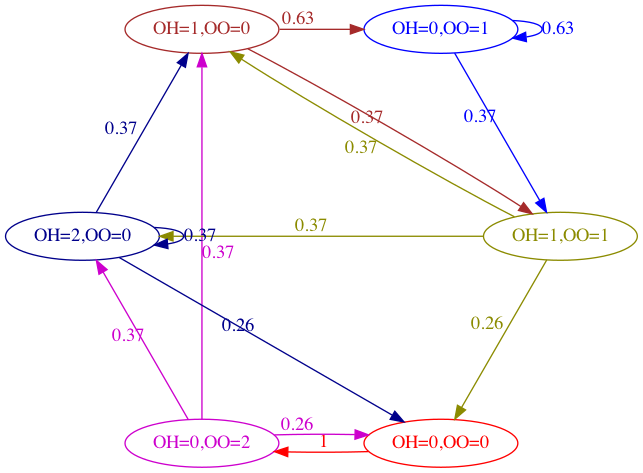
Above: chapter2/simple_inv_mp.png in TikhonJelvis/RL-book (Graphviz), before the change. Its source is kept beside it as chapter2/simple_inv_mp.gv.
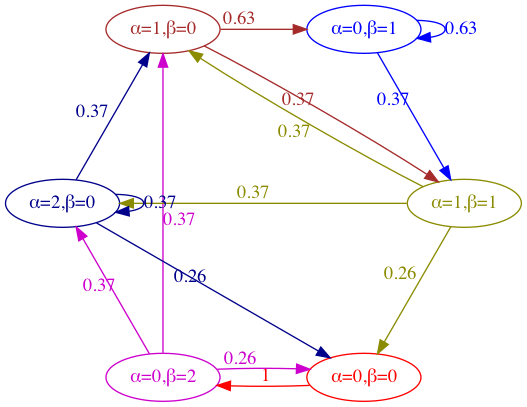
After the change.

What changed in the source:
```diff
@@ -1,19 +1,20 @@
-digraph simple_inventory
+digraph simple_inventory_mp
 {
   /*
   Sequence of events in a day:
-  1: Observe State (On-hand, On-Order) denoted as (OH, OO)
-  2: Take Action (denoted as O): Order max(2-(OO+OH), 0)  units
+  1: Observe State (On-hand, On-Order) denoted as (alpha, beta)
+  2: Take Action: Order max(2-(alpha + beta), 0)  units
   4: Received order quantity that was placed the previous day
   5: Experience poisson random demand with poisson mean = 1.0
   */
-  layout="circo"
-  A [label="OH=0,OO=0", color=Red, fontcolor=Red]
-  B [label="OH=0,OO=1", color=Blue, fontcolor=Blue]
-  C [label="OH=0,OO=2", color=magenta3, fontcolor=magenta3]
-  D [label="OH=1,OO=0", color=Brown, fontcolor=Brown]
-  E [label="OH=1,OO=1", color=yellow4, fontcolor=yellow4]
-  F [label="OH=2,OO=0", color=blue4, fontcolor=blue4]
+
+  layout = "circo"
+  A [label="&alpha;=0,&beta;=0", color=Red, fontcolor=Red]
+  B [label="&alpha;=0,&beta;=1", color=Blue, fontcolor=Blue]
+  C [label="&alpha;=0,&beta;=2", color=magenta3, fontcolor=magenta3]
+  D [label="&alpha;=1,&beta;=0", color=Brown, fontcolor=Brown]
+  E [label="&alpha;=1,&beta;=1", color=yellow4, fontcolor=yellow4]
+  F [label="&alpha;=2,&beta;=0", color=blue4, fontcolor=blue4]
 
   A->C [label="1", color=Red, fontcolor=Red]
 
```
